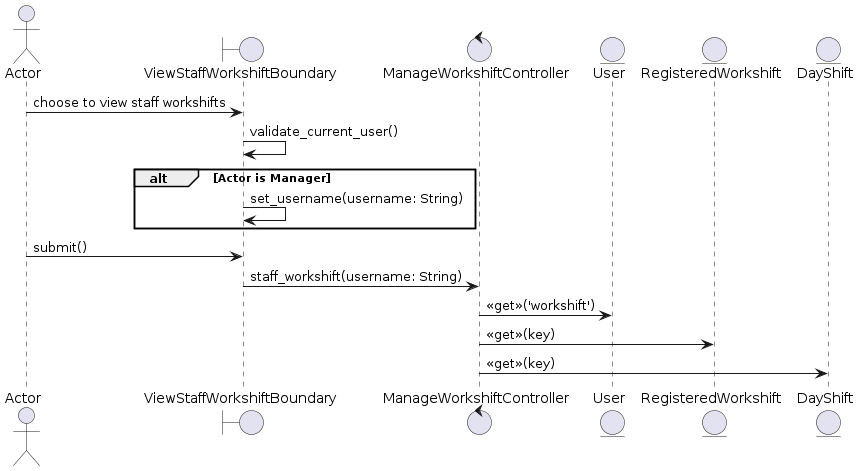
Before: docs/UML/Sequence Diagrams/view-staff-workshifts.png, a diagram exported from PlantUML (LapTQ/MCT). Its diagram source:
```plantuml
@startuml

actor Actor as A1
boundary ViewStaffWorkshiftBoundary as B1
control ManageWorkshiftController as C
entity User as E1
entity RegisteredWorkshift as E2
entity DayShift as E3

A1 -> B1: choose to view staff workshifts
B1 -> B1: validate_current_user()

alt Actor is Manager
    B1 -> B1: set_username(username: String)
end

A1 -> B1: submit()
B1 -> C: staff_workshift(username: String)
C -> E1: <<get>>('workshift')
C -> E2: <<get>>(key)
C -> E3: <<get>>(key)

@enduml
```
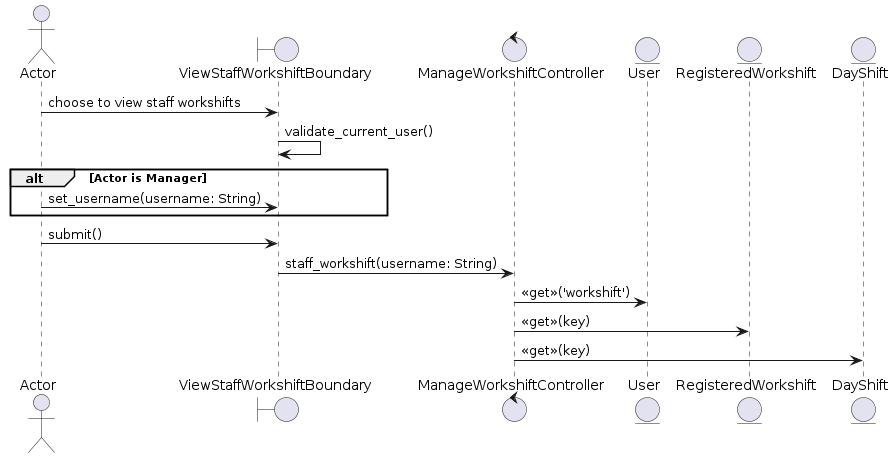
After the commit.

What changed in the source:
```diff
@@ -11,7 +11,7 @@
 B1 -> B1: validate_current_user()
 
 alt Actor is Manager
-    B1 -> B1: set_username(username: String)
+    A1 -> B1: set_username(username: String)
 end
 
 A1 -> B1: submit()
```
